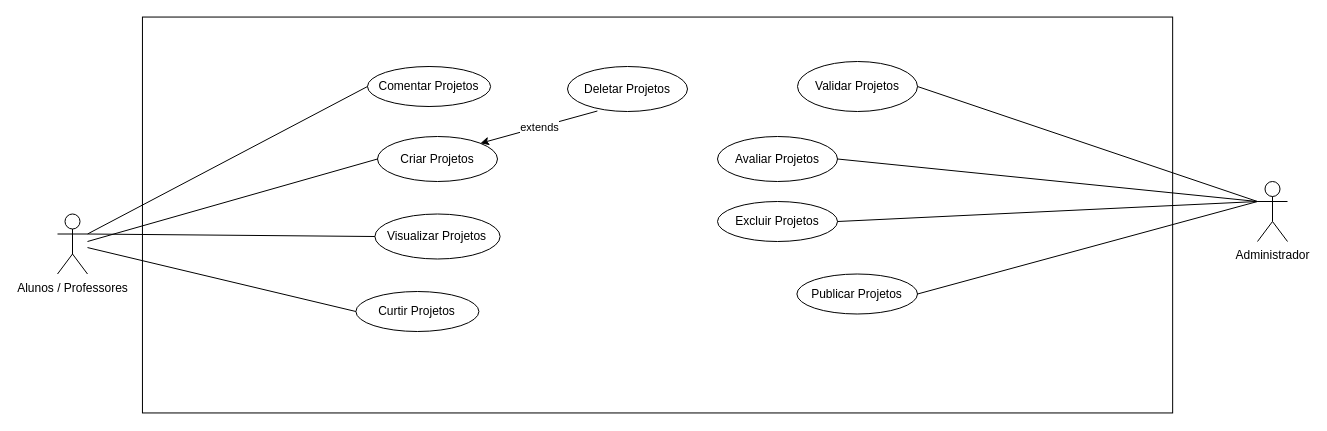
The draw.io diagram page "Diagrama_Casos_de_Uso" (1 of 2) of docs/casosdeusoprojeto.drawio in JairC1999/SAPF, before the edit. Source tidied: cells renumbered, new cells numbered last; positions are measured from the earlier drawing's top-left corner, leaving out a move shared by most shapes. Both pictures are drawn from the tidied source at 100%, with x=0, y=0 at pixel (57, -301).
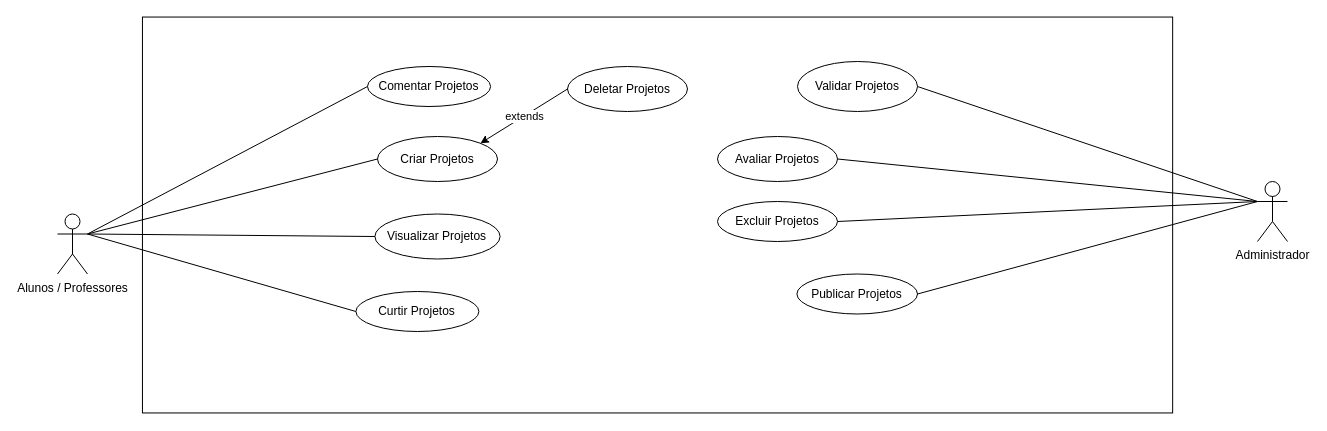
The same diagram, later.

Commit message (it also covers changes not shown here):
Alterei no dia 18 08 2022

The change refers to these unchanged cells:
```xml
<mxCell id="3" value="Alunos / Professores" style="shape=umlActor;verticalLabelPosition=bottom;verticalAlign=top;html=1;outlineConnect=0;" parent="1" vertex="1">
  <mxGeometry y="514.5" width="30" height="60" as="geometry" />
</mxCell>
<mxCell id="6" value="Criar Projetos" style="ellipse;whiteSpace=wrap;html=1;" parent="1" vertex="1">
  <mxGeometry x="320" y="437" width="120" height="45" as="geometry" />
</mxCell>
<mxCell id="16" value="Curtir Projetos" style="ellipse;whiteSpace=wrap;html=1;" parent="1" vertex="1">
  <mxGeometry x="298.4" y="592" width="123" height="40" as="geometry" />
</mxCell>
<mxCell id="21" value="Deletar Projetos" style="ellipse;whiteSpace=wrap;html=1;" parent="1" vertex="1">
  <mxGeometry x="510" y="367" width="120" height="45" as="geometry" />
</mxCell>
```

What changed in the source:
```diff
@@
-    <mxCell id="17" style="endArrow=none;html=1;entryX=0;entryY=0.5;entryDx=0;entryDy=0;" parent="1" edge="1" target="6">
-      <mxGeometry relative="1" as="geometry">
-        <mxPoint x="30" y="542" as="sourcePoint" />
-      </mxGeometry>
+    <mxCell id="17" style="endArrow=none;html=1;entryX=0;entryY=0.5;entryDx=0;entryDy=0;exitX=1;exitY=0.3333333333333333;exitDx=0;exitDy=0;exitPerimeter=0;" parent="1" edge="1" source="3" target="6">
+      <mxGeometry relative="1" as="geometry" />
     </mxCell>
@@
-    <mxCell id="19" style="endArrow=none;html=1;entryX=0;entryY=0.5;entryDx=0;entryDy=0;" parent="1" edge="1" source="3" target="16">
+    <mxCell id="19" style="endArrow=none;html=1;entryX=0;entryY=0.5;entryDx=0;entryDy=0;exitX=1;exitY=0.3333333333333333;exitDx=0;exitDy=0;exitPerimeter=0;" parent="1" edge="1" source="3" target="16">
       <mxGeometry relative="1" as="geometry" />
     </mxCell>
@@
-    <mxCell id="22" style="endArrow=classic;html=1;exitX=0.249;exitY=0.989;exitDx=0;exitDy=0;exitPerimeter=0;entryX=1;entryY=0;entryDx=0;entryDy=0;" parent="1" edge="1" source="21" target="6">
+    <mxCell id="22" style="endArrow=classic;html=1;exitX=0;exitY=0.5;exitDx=0;exitDy=0;entryX=1;entryY=0;entryDx=0;entryDy=0;" parent="1" edge="1" source="21" target="6">
       <mxGeometry relative="1" as="geometry" />
     </mxCell>
```
